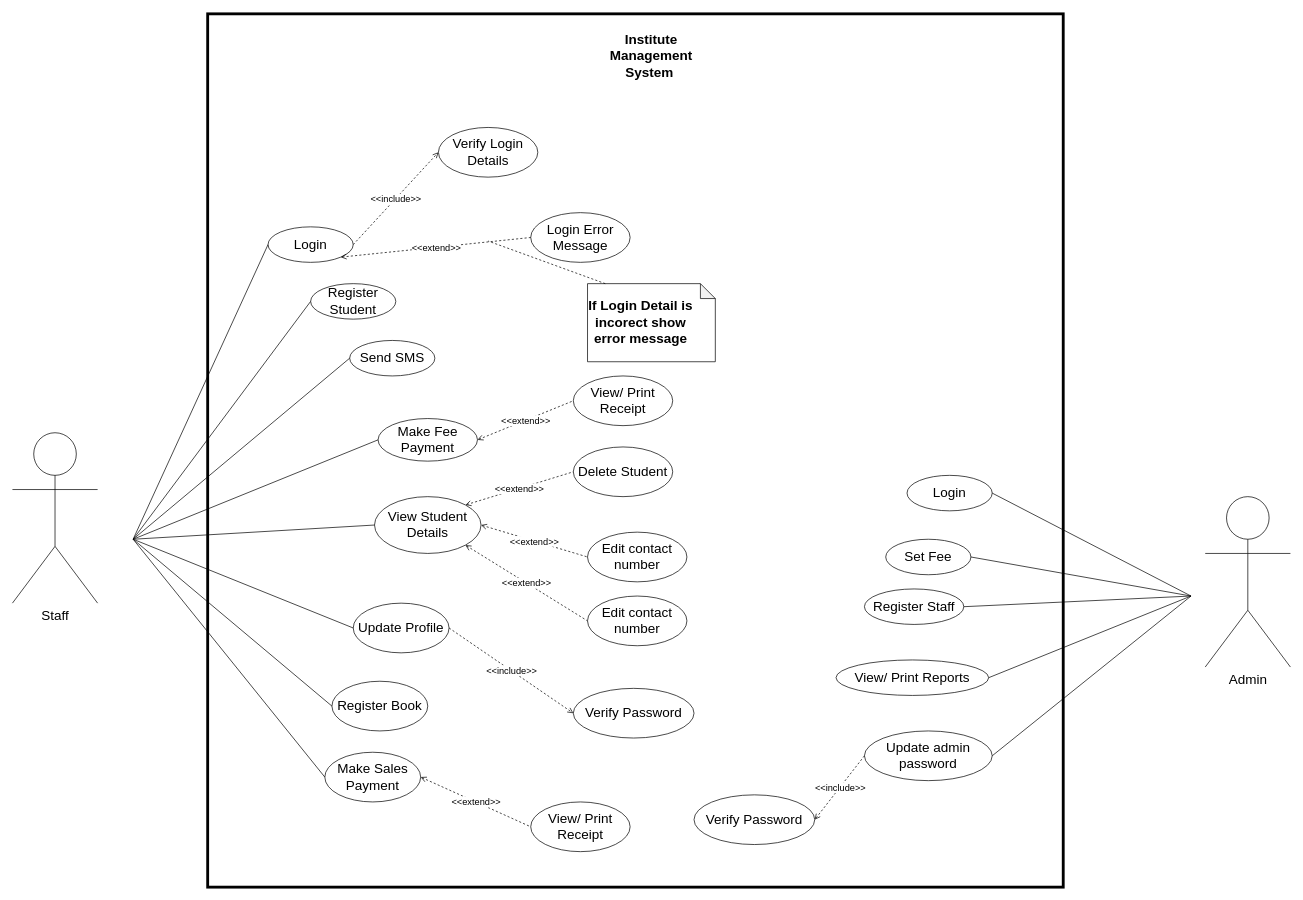
The draw.io diagram FYP/Use case Diagrams/FYP use  case.drawio in sagarpoudel638/fyp, before the edit. Source tidied: cells renumbered, new cells numbered last; positions are measured from the earlier drawing's top-left corner, leaving out a move shared by most shapes. Both pictures are drawn from the tidied source at 71%, with x=0, y=0 at pixel (12, 13).
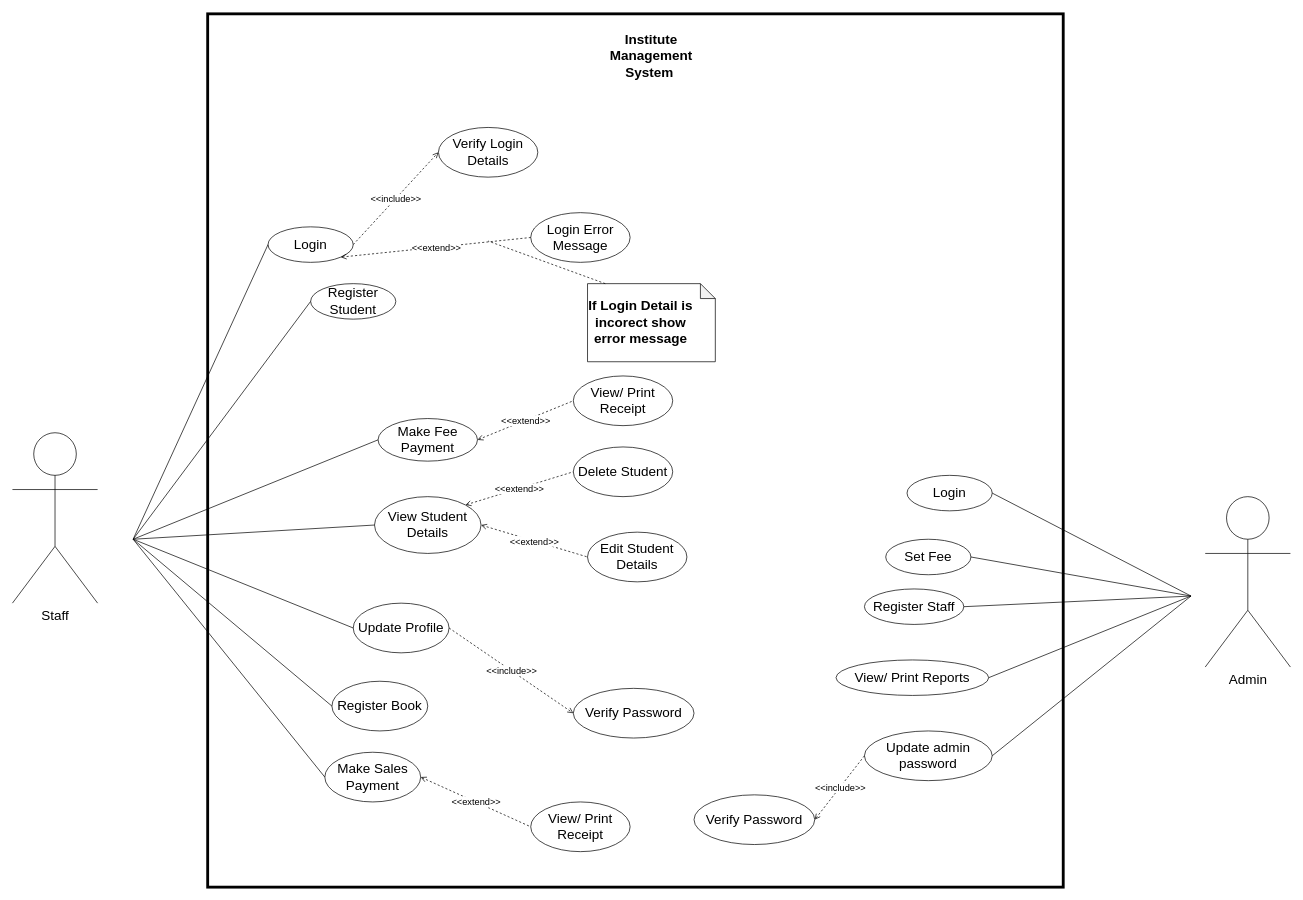
Above is the later version.

Unchanged cells that the change refers to:
```xml
<mxCell id="7" value="View Student Details" style="ellipse;whiteSpace=wrap;html=1;fontSize=19;" parent="1" vertex="1">
  <mxGeometry x="510" y="680" width="150" height="80" as="geometry" />
</mxCell>
```

What changed in the source:
```diff
@@
-    <mxCell id="5" value="Send SMS" style="ellipse;whiteSpace=wrap;html=1;fontSize=19;" parent="1" vertex="1">
-      <mxGeometry x="475" y="460" width="120" height="50" as="geometry" />
-    </mxCell>
@@
-    <mxCell id="20" style="rounded=0;jettySize=auto;html=1;fontSize=19;endArrow=none;endFill=0;entryX=0;entryY=0.5;entryDx=0;entryDy=0;" parent="1" edge="1" target="5">
-      <mxGeometry relative="1" as="geometry">
-        <mxPoint x="170" y="740" as="sourcePoint" />
-      </mxGeometry>
-    </mxCell>
@@
-    <mxCell id="42" value="Edit contact number" style="ellipse;whiteSpace=wrap;html=1;fontSize=19;" parent="1" vertex="1">
+    <mxCell id="42" value="Edit Student Details" style="ellipse;whiteSpace=wrap;html=1;fontSize=19;" parent="1" vertex="1">
       <mxGeometry x="810" y="730" width="140" height="70" as="geometry" />
     </mxCell>
@@
-    <mxCell id="49" style="endArrow=none;html=1;dashed=1;fontSize=19;entryX=0;entryY=0.5;entryDx=0;entryDy=0;endFill=0;startArrow=open;startFill=0;exitX=1;exitY=1;exitDx=0;exitDy=0;" parent="1" edge="1" source="7" target="51">
-      <mxGeometry relative="1" as="geometry" />
-    </mxCell>
-    <mxCell id="50" value="&amp;lt;&amp;lt;extend&amp;gt;&amp;gt;" style="edgeLabel;html=1;align=center;verticalAlign=middle;fontSize=13;" parent="49" vertex="1">
-      <mxGeometry relative="1" as="geometry" />
-    </mxCell>
-    <mxCell id="51" value="Edit contact number" style="ellipse;whiteSpace=wrap;html=1;fontSize=19;" parent="1" vertex="1">
-      <mxGeometry x="810" y="820" width="140" height="70" as="geometry" />
-    </mxCell>
```
